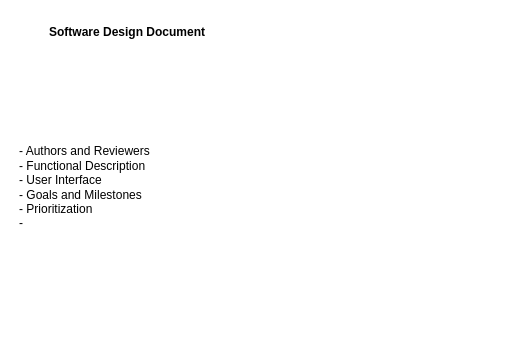
The draw.io diagram jigsaw.drawio in esa-kian/jigsaw, before the edit. Source tidied: cells renumbered, new cells numbered last; positions are measured from the earlier drawing's top-left corner, leaving out a move shared by most shapes. Both pictures are drawn from the tidied source at 100%, with x=0, y=0 at pixel (17, 17).
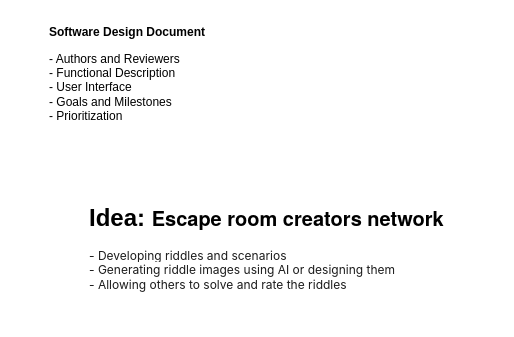
The same diagram, later.

Commit message:
Idea SDD

The edit, as a diff of the source:
```diff
@@
 <mxGraphModel>
   <root>
     <mxCell id="0" />
     <mxCell id="1" parent="0" />
     <mxCell id="2" value="Software Design Document" style="text;strokeColor=none;align=center;fillColor=none;html=1;verticalAlign=middle;whiteSpace=wrap;rounded=0;fontStyle=1;" parent="1" vertex="1">
       <mxGeometry width="220" height="30" as="geometry" />
     </mxCell>
-    <mxCell id="3" value="- Authors and Reviewers&lt;div&gt;- Functional Description&lt;/div&gt;&lt;div&gt;- User Interface&lt;/div&gt;&lt;div&gt;- Goals and Milestones&lt;/div&gt;&lt;div&gt;- Prioritization&lt;/div&gt;&lt;div&gt;-&amp;nbsp;&lt;/div&gt;" style="text;html=1;align=left;verticalAlign=middle;whiteSpace=wrap;rounded=0;" parent="1" vertex="1">
-      <mxGeometry y="50" width="240" height="240" as="geometry" />
+    <mxCell id="3" value="- Authors and Reviewers&lt;div&gt;- Functional Description&lt;/div&gt;&lt;div&gt;- User Interface&lt;/div&gt;&lt;div&gt;- Goals and Milestones&lt;/div&gt;&lt;div&gt;- Prioritization&lt;/div&gt;" style="text;html=1;align=left;verticalAlign=middle;whiteSpace=wrap;rounded=0;" parent="1" vertex="1">
+      <mxGeometry x="30" y="10" width="240" height="120" as="geometry" />
     </mxCell>
+    <mxCell id="4" value="&lt;h1 style=&quot;margin-top: 0px;&quot;&gt;&lt;span style=&quot;background-color: initial;&quot;&gt;Idea:&amp;nbsp;&lt;/span&gt;&lt;b style=&quot;font-family: &amp;quot;Helvetica Neue&amp;quot;; font-size: 20px; background-color: initial;&quot;&gt;Escape room creators network&lt;span class=&quot;Apple-converted-space&quot;&gt;&amp;nbsp;&lt;/span&gt;&lt;/b&gt;&lt;/h1&gt;&lt;div style=&quot;&quot;&gt;&lt;span style=&quot;color: rgb(28, 28, 28); font-family: Inter, sans-serif; white-space-collapse: break-spaces; background-color: rgb(255, 255, 255);&quot;&gt;- Developing riddles and scenarios&lt;br&gt;- Generating riddle images using AI or designing them&lt;br&gt;- Allowing others to solve and rate the riddles&lt;/span&gt;&lt;br&gt;&lt;/div&gt;" style="text;html=1;whiteSpace=wrap;overflow=hidden;rounded=0;" parent="1" vertex="1">
+      <mxGeometry x="70" y="180" width="410" height="120" as="geometry" />
+    </mxCell>
   </root>
 </mxGraphModel>
```
